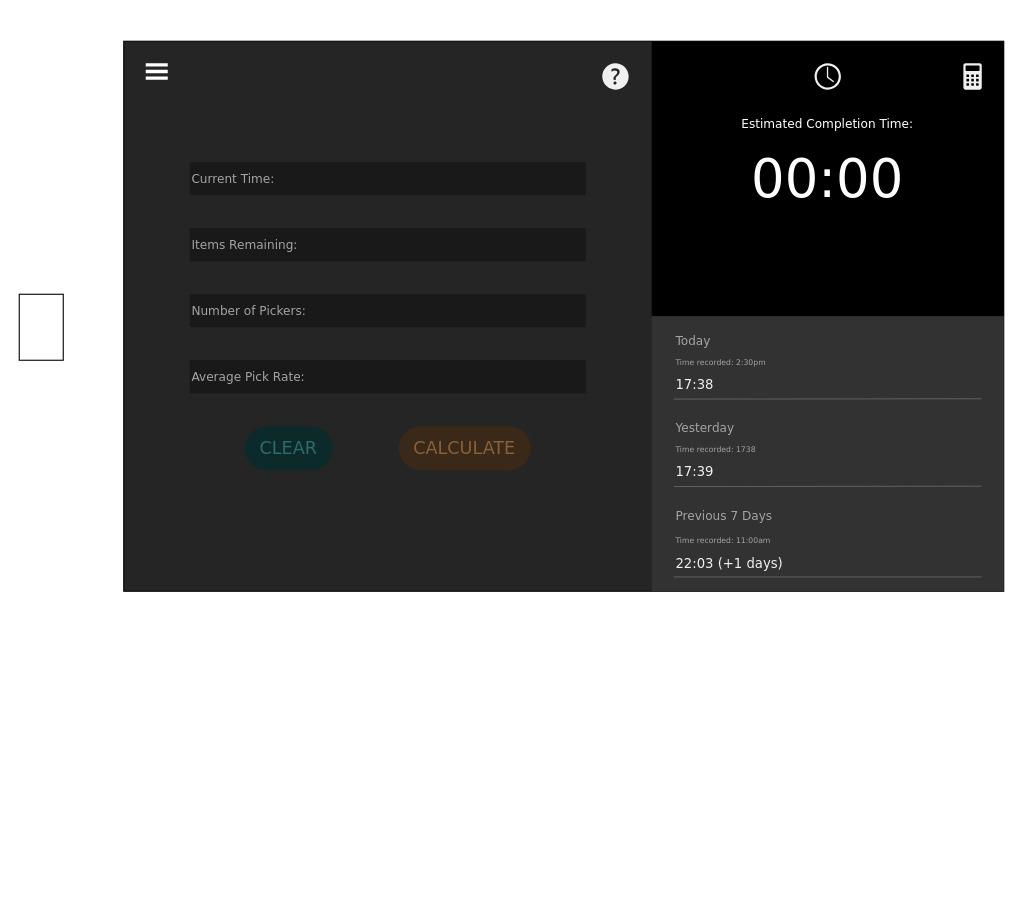
Before: page "MacBook" (4 of 4) of designs.drawio in mi-ned/pick-finish-predictor, a draw.io diagram. Source tidied: cells renumbered, new cells numbered last; positions are measured from the earlier drawing's top-left corner, leaving out a move shared by most shapes. Both pictures are drawn from the tidied source at 110%, with x=0, y=0 at pixel (19, 41).
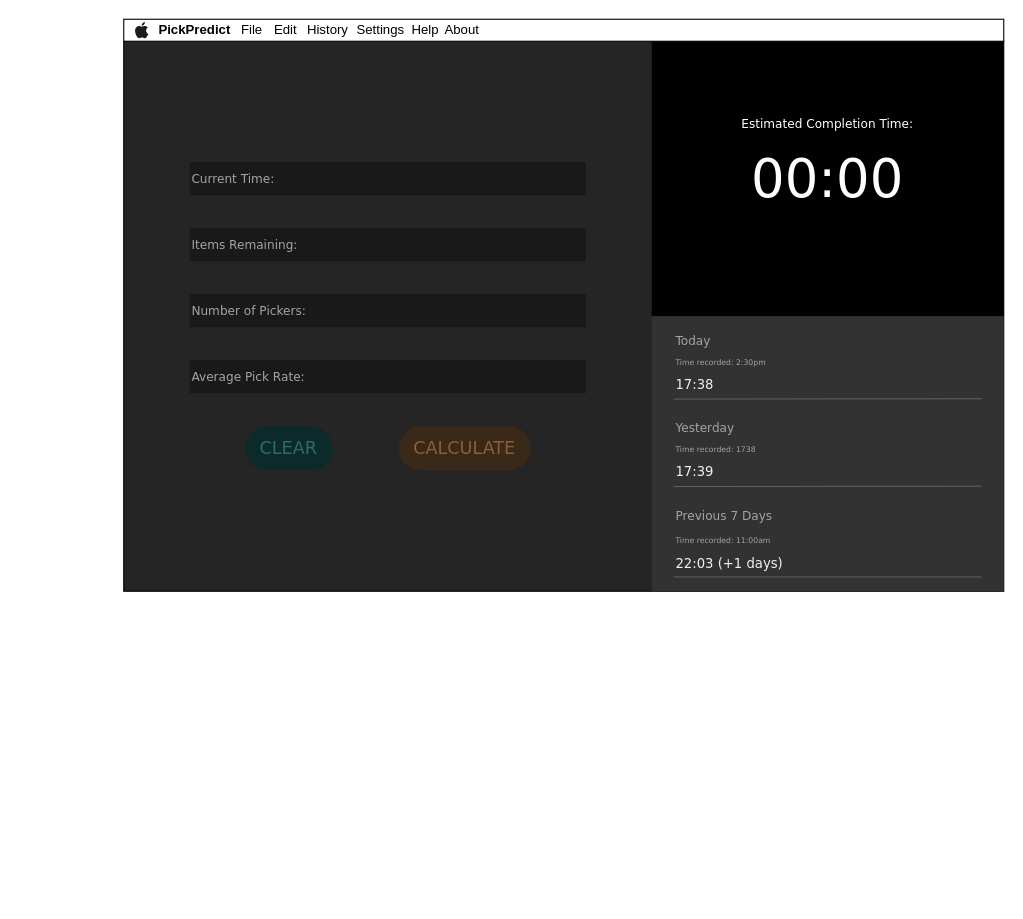
The same page after the edit.

Change to the diagram source:
```diff
@@
-    <mxCell id="17" style="html=1;verticalLabelPosition=bottom;align=center;labelBackgroundColor=#ffffff;verticalAlign=top;strokeWidth=2;strokeColor=none;shadow=0;dashed=0;shape=mxgraph.ios7.icons.options;" parent="1" vertex="1">
-      <mxGeometry x="115" y="20" width="20" height="15" as="geometry" />
-    </mxCell>
-    <mxCell id="18" style="sketch=0;shadow=0;dashed=0;html=1;strokeColor=none;fillColor=#F0F0F0;labelPosition=center;verticalLabelPosition=bottom;verticalAlign=top;align=center;shape=mxgraph.office.concepts.help;" parent="1" vertex="1">
-      <mxGeometry x="530" y="20" width="24" height="24" as="geometry" />
-    </mxCell>
-    <mxCell id="19" style="sketch=0;shadow=0;dashed=0;html=1;strokeColor=none;fillColor=light-dark(#F0F0F0,#F0F0F0);labelPosition=center;verticalLabelPosition=bottom;verticalAlign=top;align=center;shape=mxgraph.office.concepts.calculator;" parent="1" vertex="1">
-      <mxGeometry x="858.3" y="20" width="16.7" height="24" as="geometry" />
-    </mxCell>
-    <mxCell id="20" style="sketch=0;shadow=0;dashed=0;html=1;strokeColor=none;fillColor=light-dark(#F0F0F0,#F0F0F0);labelPosition=center;verticalLabelPosition=bottom;verticalAlign=top;align=center;shape=mxgraph.office.concepts.clock;" parent="1" vertex="1">
-      <mxGeometry x="723" y="20" width="24" height="24" as="geometry" />
-    </mxCell>
@@
-    <mxCell id="33" style="rounded=0;whiteSpace=wrap;html=1;" parent="1" vertex="1">
-      <mxGeometry y="230" width="40" height="60" as="geometry" />
-    </mxCell>
+    <mxCell id="34" style="rounded=0;whiteSpace=wrap;html=1;" parent="1" vertex="1">
+      <mxGeometry x="95" y="-20" width="800" height="20" as="geometry" />
+    </mxCell>
+    <mxCell id="35" style="dashed=0;html=1;align=center;labelPosition=center;verticalLabelPosition=bottom;verticalAlign=top;shape=mxgraph.weblogos.apple;fillColor=#1B1C1C;strokeColor=none;" parent="1" vertex="1">
+      <mxGeometry x="105" y="-17.5" width="12.3" height="15" as="geometry" />
+    </mxCell>
+    <mxCell id="36" value="PickPredict" style="rounded=0;whiteSpace=wrap;html=1;align=left;fontStyle=1;strokeColor=none;fillColor=none;" parent="1" vertex="1">
+      <mxGeometry x="125" y="-17.5" width="70" height="15" as="geometry" />
+    </mxCell>
+    <mxCell id="37" value="File" style="rounded=0;whiteSpace=wrap;html=1;align=left;fontStyle=0;strokeColor=none;fillColor=none;" parent="1" vertex="1">
+      <mxGeometry x="200" y="-17.5" width="25" height="15" as="geometry" />
+    </mxCell>
+    <mxCell id="38" value="Edit" style="rounded=0;whiteSpace=wrap;html=1;align=left;fontStyle=0;strokeColor=none;fillColor=none;" parent="1" vertex="1">
+      <mxGeometry x="230" y="-17.5" width="25" height="15" as="geometry" />
+    </mxCell>
+    <mxCell id="39" value="Help" style="rounded=0;whiteSpace=wrap;html=1;align=left;fontStyle=0;strokeColor=none;fillColor=none;" parent="1" vertex="1">
+      <mxGeometry x="355" y="-17.5" width="25" height="15" as="geometry" />
+    </mxCell>
+    <mxCell id="40" value="History" style="rounded=0;whiteSpace=wrap;html=1;align=left;fontStyle=0;strokeColor=none;fillColor=none;" parent="1" vertex="1">
+      <mxGeometry x="260" y="-17.5" width="40" height="15" as="geometry" />
+    </mxCell>
+    <mxCell id="41" value="Settings" style="rounded=0;whiteSpace=wrap;html=1;align=left;fontStyle=0;strokeColor=none;fillColor=none;" parent="1" vertex="1">
+      <mxGeometry x="305" y="-17.5" width="50" height="15" as="geometry" />
+    </mxCell>
+    <mxCell id="42" value="About" style="rounded=0;whiteSpace=wrap;html=1;align=left;fontStyle=0;strokeColor=none;fillColor=none;" parent="1" vertex="1">
+      <mxGeometry x="385" y="-17.5" width="40" height="15" as="geometry" />
+    </mxCell>
```
